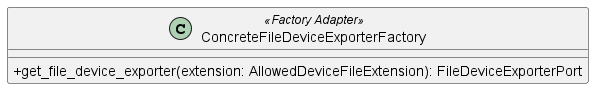
Above: src/PB/DocumentazioneEsterna/Specifica_Tecnica/content/05-diagrammi-classi/uml/png/Export/ConcreteFileDeviceExporterFactory.png in GroupRubberDuck/Documentazione (PlantUML), before the change. Source of this version:
```plantuml
@startuml ConcreteFileDeviceExporterFactory
skinparam classAttributeIconSize 0
class ConcreteFileDeviceExporterFactory <<Factory Adapter>> {
    + get_file_device_exporter(extension: AllowedDeviceFileExtension): FileDeviceExporterPort
}

@enduml
```
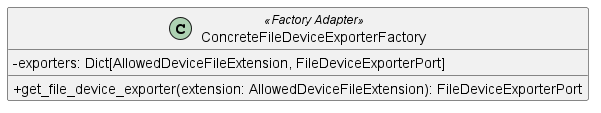
The same file after the commit.

What changed in the source:
```diff
@@ -1,6 +1,7 @@
 @startuml ConcreteFileDeviceExporterFactory
 skinparam classAttributeIconSize 0
 class ConcreteFileDeviceExporterFactory <<Factory Adapter>> {
+    - exporters: Dict[AllowedDeviceFileExtension, FileDeviceExporterPort]
     + get_file_device_exporter(extension: AllowedDeviceFileExtension): FileDeviceExporterPort
 }
 
```
